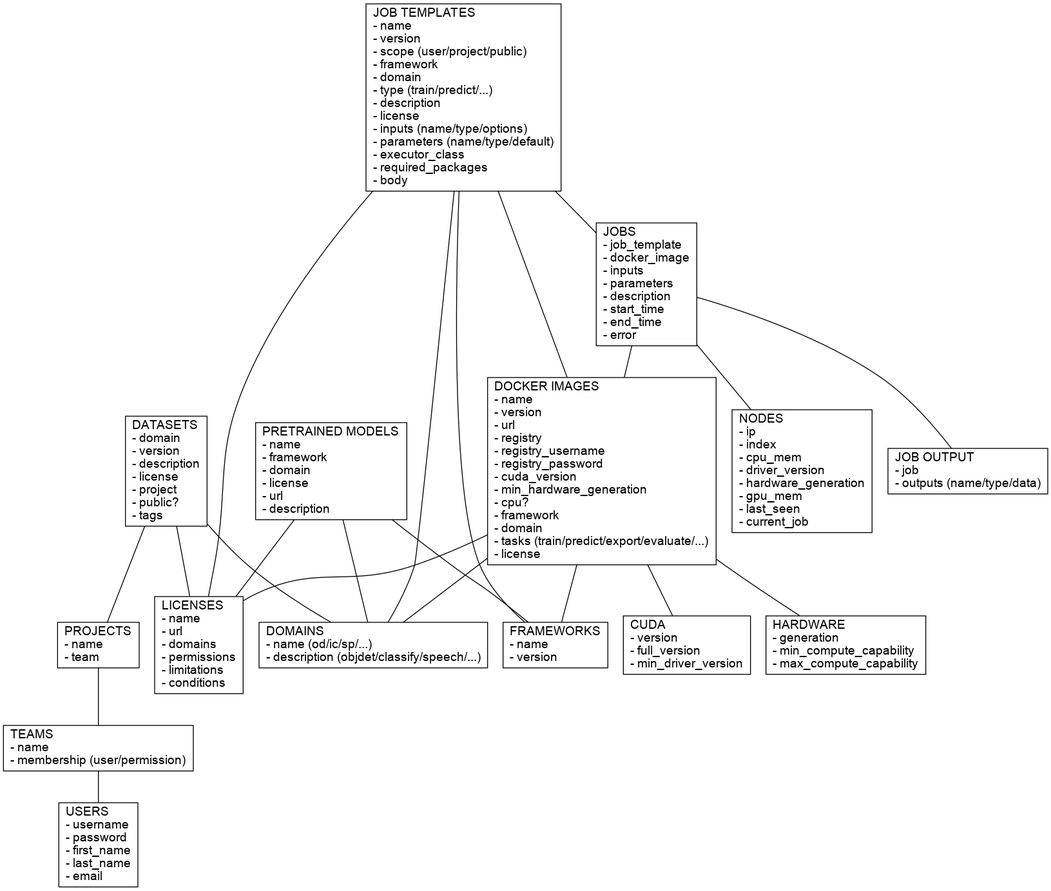
This is docs/img/api.png from waikato-ufdl/ufdl-api, a Graphviz export, as it was before one commit. Its source is kept beside it as docs/img/api.dot.
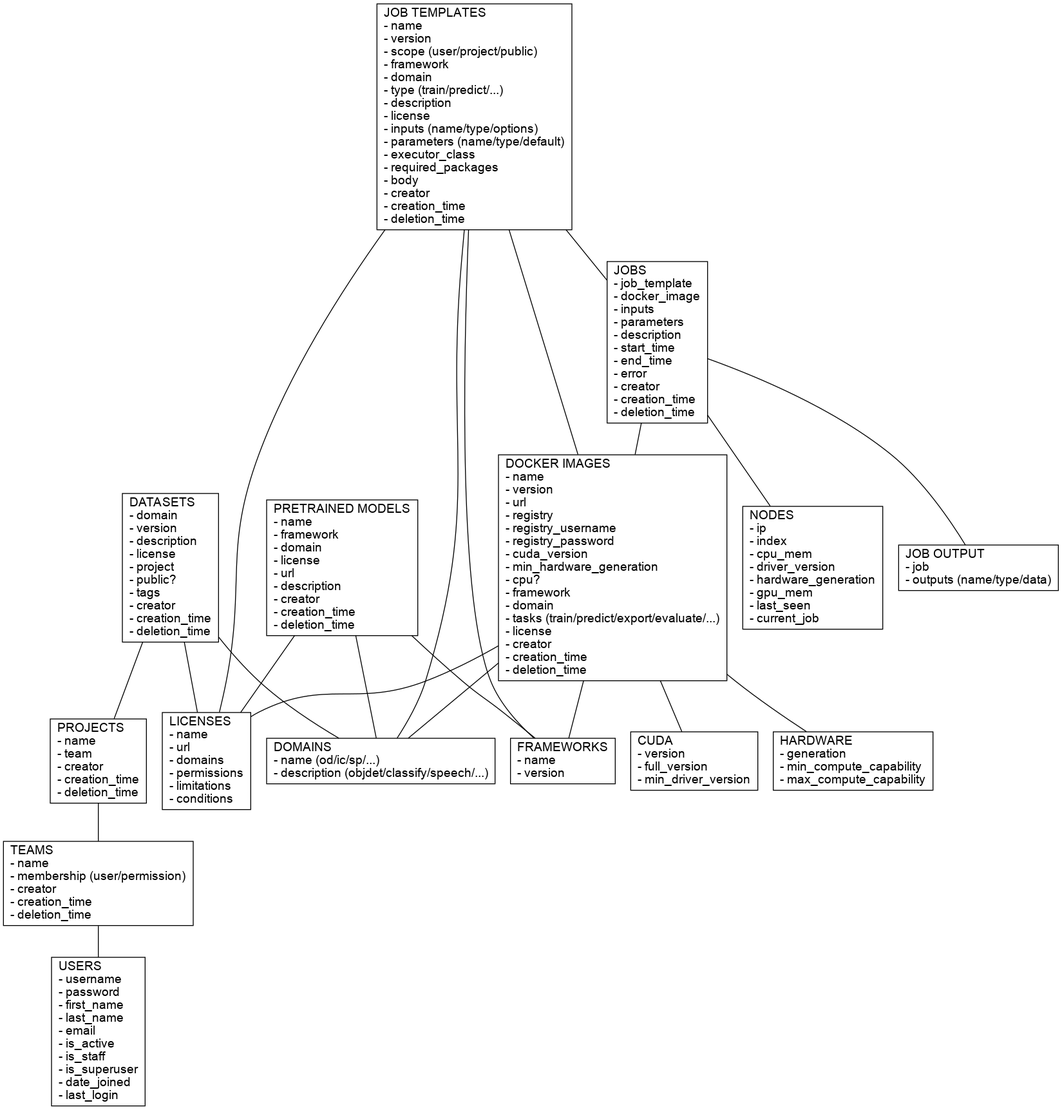
Later version of the same file.

Commit message:
removed obsolete overview documents; added creator/creation_time/deletion_time fields where missing

What changed in the source:
```diff
@@ -2,22 +2,22 @@
 
   node [shape=record fontname=Arial];
 
-  users [label = "USERS\l- username\l- password\l- first_name\l- last_name\l- email\l"];
-  teams [label = "TEAMS\l- name\l- membership (user/permission)\l"];
-  projects [label = "PROJECTS\l- name\l- team\l"];
+  users [label = "USERS\l- username\l- password\l- first_name\l- last_name\l- email\l- is_active\l- is_staff\l- is_superuser\l- date_joined\l- last_login\l"];
+  teams [label = "TEAMS\l- name\l- membership (user/permission)\l- creator\l- creation_time\l- deletion_time\l"];
+  projects [label = "PROJECTS\l- name\l- team\l- creator\l- creation_time\l- deletion_time\l"];
   licenses [label = "LICENSES\l- name\l- url\l- domains\l- permissions\l- limitations\l- conditions\l"];
   domains [label = "DOMAINS\l- name (od/ic/sp/...)\l- description (objdet/classify/speech/...)\l"];
 
   cuda [label = "CUDA\l- version\l- full_version\l- min_driver_version"];
-  docker_images [label = "DOCKER IMAGES\l- name\l- version\l- url\l- registry\l- registry_username\l- registry_password\l- cuda_version\l- min_hardware_generation\l- cpu?\l- framework\l- domain\l- tasks (train/predict/export/evaluate/...)\l- license\l"];
+  docker_images [label = "DOCKER IMAGES\l- name\l- version\l- url\l- registry\l- registry_username\l- registry_password\l- cuda_version\l- min_hardware_generation\l- cpu?\l- framework\l- domain\l- tasks (train/predict/export/evaluate/...)\l- license\l- creator\l- creation_time\l- deletion_time\l"];
   frameworks [label = "FRAMEWORKS\l- name\l- version\l"];
   hardware [label = "HARDWARE\l- generation\l- min_compute_capability\l- max_compute_capability\l"];
   nodes [label = "NODES\l- ip\l- index\l- cpu_mem\l- driver_version\l- hardware_generation\l- gpu_mem\l- last_seen\l- current_job\l"];
 
-  datasets [label = "DATASETS\l- domain\l- version\l- description\l- license\l- project\l- public?\l- tags\l"];
-  pretrained_models [label = "PRETRAINED MODELS\l- name\l- framework\l- domain\l- license\l- url\l- description\l"];
-  job_templates [label = "JOB TEMPLATES\l- name\l- version\l- scope (user/project/public)\l- framework\l- domain\l- type (train/predict/...)\l- description\l- license\l- inputs (name/type/options)\l- parameters (name/type/default)\l- executor_class\l- required_packages\l- body\l"];
-  jobs [label = "JOBS\l- job_template\l- docker_image\l- inputs\l- parameters\l- description\l- start_time\l- end_time\l- error\l"];
+  datasets [label = "DATASETS\l- domain\l- version\l- description\l- license\l- project\l- public?\l- tags\l- creator\l- creation_time\l- deletion_time\l"];
+  pretrained_models [label = "PRETRAINED MODELS\l- name\l- framework\l- domain\l- license\l- url\l- description\l- creator\l- creation_time\l- deletion_time\l"];
+  job_templates [label = "JOB TEMPLATES\l- name\l- version\l- scope (user/project/public)\l- framework\l- domain\l- type (train/predict/...)\l- description\l- license\l- inputs (name/type/options)\l- parameters (name/type/default)\l- executor_class\l- required_packages\l- body\l- creator\l- creation_time\l- deletion_time\l"];
+  jobs [label = "JOBS\l- job_template\l- docker_image\l- inputs\l- parameters\l- description\l- start_time\l- end_time\l- error\l- creator\l- creation_time\l- deletion_time\l"];
   job_output [label = "JOB OUTPUT\l- job\l- outputs (name/type/data)\l"];
 
   teams -- users;
```
